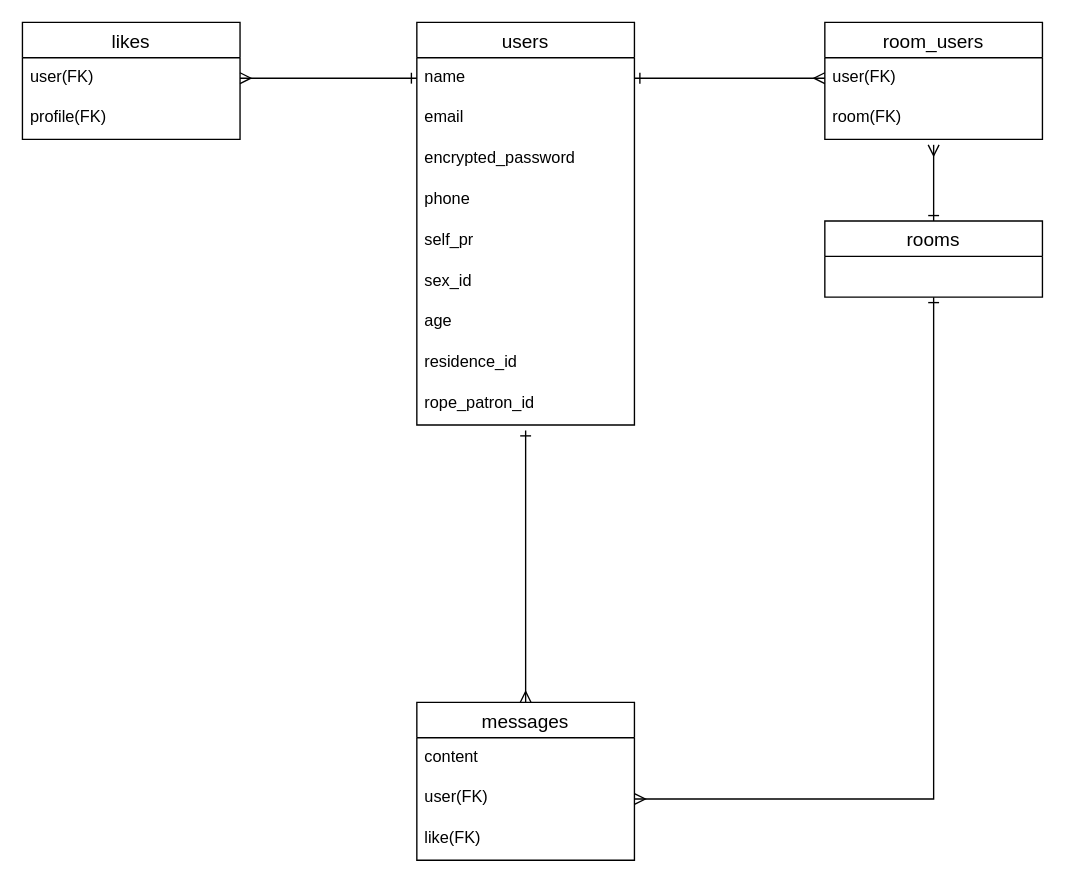
kobanagc/Rope-Way keeps this draw.io diagram as ER.dio. Above is the earlier version. Source tidied: cells renumbered, new cells numbered last; positions are measured from the earlier drawing's top-left corner, leaving out a move shared by most shapes. Both pictures are drawn from the tidied source at 136%, with x=0, y=0 at pixel (22, 22).
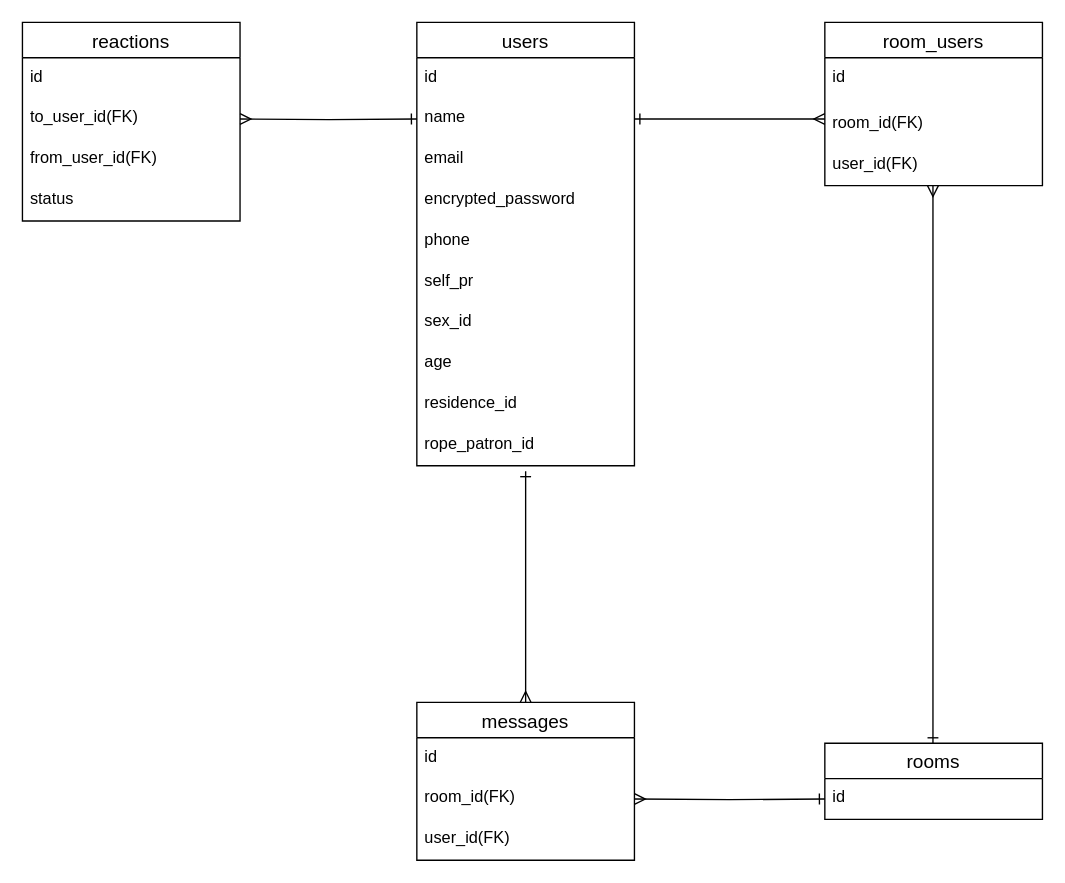
Above is the later version.

The change refers to these unchanged cells:
```xml
<mxCell id="16" value="messages" style="swimlane;fontStyle=0;horizontal=1;startSize=26;align=center;fontSize=14;" parent="1" vertex="1">
  <mxGeometry x="290" y="500" width="160" height="116" as="geometry" />
</mxCell>
```

Diff of the diagram source:
```diff
@@
     <mxCell id="2" value="users" style="swimlane;fontStyle=0;horizontal=1;startSize=26;align=center;fontSize=14;" parent="1" vertex="1">
-      <mxGeometry x="290" width="160" height="296" as="geometry" />
+      <mxGeometry x="290" width="160" height="326" as="geometry" />
     </mxCell>
+    <mxCell id="28" value="id" style="text;strokeColor=none;fillColor=none;spacingLeft=4;spacingRight=4;overflow=hidden;fontSize=12;" parent="2" vertex="1">
+      <mxGeometry y="26" width="160" height="30" as="geometry" />
+    </mxCell>
     <mxCell id="3" value="name" style="text;strokeColor=none;fillColor=none;spacingLeft=4;spacingRight=4;overflow=hidden;points=[[0,0.5],[1,0.5]];portConstraint=eastwest;fontSize=12;" parent="2" vertex="1">
-      <mxGeometry y="26" width="160" height="30" as="geometry" />
+      <mxGeometry y="56" width="160" height="30" as="geometry" />
     </mxCell>
     <mxCell id="4" value="email" style="text;strokeColor=none;fillColor=none;spacingLeft=4;spacingRight=4;overflow=hidden;fontSize=12;" parent="2" vertex="1">
-      <mxGeometry y="56" width="160" height="30" as="geometry" />
+      <mxGeometry y="86" width="160" height="30" as="geometry" />
     </mxCell>
     <mxCell id="5" value="encrypted_password" style="text;strokeColor=none;fillColor=none;spacingLeft=4;spacingRight=4;overflow=hidden;fontSize=12;" parent="2" vertex="1">
-      <mxGeometry y="86" width="160" height="30" as="geometry" />
+      <mxGeometry y="116" width="160" height="30" as="geometry" />
     </mxCell>
     <mxCell id="6" value="phone" style="text;strokeColor=none;fillColor=none;spacingLeft=4;spacingRight=4;overflow=hidden;fontSize=12;" parent="2" vertex="1">
-      <mxGeometry y="116" width="160" height="30" as="geometry" />
+      <mxGeometry y="146" width="160" height="30" as="geometry" />
     </mxCell>
     <mxCell id="7" value="self_pr" style="text;strokeColor=none;fillColor=none;spacingLeft=4;spacingRight=4;overflow=hidden;fontSize=12;" parent="2" vertex="1">
-      <mxGeometry y="146" width="160" height="30" as="geometry" />
+      <mxGeometry y="176" width="160" height="30" as="geometry" />
     </mxCell>
     <mxCell id="8" value="sex_id" style="text;strokeColor=none;fillColor=none;spacingLeft=4;spacingRight=4;overflow=hidden;fontSize=12;" parent="2" vertex="1">
-      <mxGeometry y="176" width="160" height="30" as="geometry" />
+      <mxGeometry y="206" width="160" height="30" as="geometry" />
     </mxCell>
     <mxCell id="9" value="age" style="text;strokeColor=none;fillColor=none;spacingLeft=4;spacingRight=4;overflow=hidden;fontSize=12;" parent="2" vertex="1">
-      <mxGeometry y="206" width="160" height="30" as="geometry" />
+      <mxGeometry y="236" width="160" height="30" as="geometry" />
     </mxCell>
     <mxCell id="10" value="residence_id" style="text;strokeColor=none;fillColor=none;spacingLeft=4;spacingRight=4;overflow=hidden;fontSize=12;" parent="2" vertex="1">
-      <mxGeometry y="236" width="160" height="30" as="geometry" />
+      <mxGeometry y="266" width="160" height="30" as="geometry" />
     </mxCell>
     <mxCell id="11" value="rope_patron_id" style="text;strokeColor=none;fillColor=none;spacingLeft=4;spacingRight=4;overflow=hidden;fontSize=12;" parent="2" vertex="1">
-      <mxGeometry y="266" width="160" height="30" as="geometry" />
+      <mxGeometry y="296" width="160" height="30" as="geometry" />
     </mxCell>
-    <mxCell id="12" value="likes" style="swimlane;fontStyle=0;horizontal=1;startSize=26;align=center;fontSize=14;" parent="1" vertex="1">
-      <mxGeometry width="160" height="86" as="geometry" />
+    <mxCell id="12" value="reactions" style="swimlane;fontStyle=0;horizontal=1;startSize=26;align=center;fontSize=14;" parent="1" vertex="1">
+      <mxGeometry width="160" height="146" as="geometry" />
     </mxCell>
-    <mxCell id="13" value="user(FK)" style="text;strokeColor=none;fillColor=none;spacingLeft=4;spacingRight=4;overflow=hidden;points=[[0,0.5],[1,0.5]];portConstraint=eastwest;fontSize=12;" parent="12" vertex="1">
-      <mxGeometry y="26" width="160" height="30" as="geometry" />
-    </mxCell>
-    <mxCell id="14" value="profile(FK)" style="text;strokeColor=none;fillColor=none;spacingLeft=4;spacingRight=4;overflow=hidden;fontSize=12;" parent="12" vertex="1">
-      <mxGeometry y="56" width="160" height="30" as="geometry" />
+    <mxCell id="14" value="id " style="text;strokeColor=none;fillColor=none;spacingLeft=4;spacingRight=4;overflow=hidden;fontSize=12;" parent="12" vertex="1">
+      <mxGeometry y="26" width="160" height="30" as="geometry" />
     </mxCell>
+    <mxCell id="29" value="to_user_id(FK)" style="text;strokeColor=none;fillColor=none;spacingLeft=4;spacingRight=4;overflow=hidden;fontSize=12;" parent="12" vertex="1">
+      <mxGeometry y="56" width="160" height="30" as="geometry" />
+    </mxCell>
+    <mxCell id="30" value="from_user_id(FK)" style="text;strokeColor=none;fillColor=none;spacingLeft=4;spacingRight=4;overflow=hidden;fontSize=12;" parent="12" vertex="1">
+      <mxGeometry y="86" width="160" height="30" as="geometry" />
+    </mxCell>
+    <mxCell id="31" value="status" style="text;strokeColor=none;fillColor=none;spacingLeft=4;spacingRight=4;overflow=hidden;fontSize=12;" parent="12" vertex="1">
+      <mxGeometry y="116" width="160" height="30" as="geometry" />
+    </mxCell>
     <mxCell id="15" style="edgeStyle=orthogonalEdgeStyle;rounded=0;jettySize=auto;html=1;exitX=0.5;exitY=0;exitDx=0;exitDy=0;startArrow=ERmany;startFill=0;endArrow=ERone;endFill=0;" parent="1" edge="1" source="16">
       <mxGeometry relative="1" as="geometry">
-        <mxPoint x="370" y="300" as="targetPoint" />
+        <mxPoint x="370" y="330" as="targetPoint" />
       </mxGeometry>
     </mxCell>
@@
-    <mxCell id="17" value="content" style="text;strokeColor=none;fillColor=none;spacingLeft=4;spacingRight=4;overflow=hidden;fontSize=12;" parent="16" vertex="1">
+    <mxCell id="17" value="id" style="text;strokeColor=none;fillColor=none;spacingLeft=4;spacingRight=4;overflow=hidden;fontSize=12;" parent="16" vertex="1">
       <mxGeometry y="26" width="160" height="30" as="geometry" />
     </mxCell>
-    <mxCell id="18" value="user(FK)" style="text;strokeColor=none;fillColor=none;spacingLeft=4;spacingRight=4;overflow=hidden;points=[[0,0.5],[1,0.5]];portConstraint=eastwest;fontSize=12;" parent="16" vertex="1">
+    <mxCell id="18" value="room_id(FK)" style="text;strokeColor=none;fillColor=none;spacingLeft=4;spacingRight=4;overflow=hidden;points=[[0,0.5],[1,0.5]];portConstraint=eastwest;fontSize=12;" parent="16" vertex="1">
       <mxGeometry y="56" width="160" height="30" as="geometry" />
     </mxCell>
-    <mxCell id="19" value="like(FK)" style="text;strokeColor=none;fillColor=none;spacingLeft=4;spacingRight=4;overflow=hidden;fontSize=12;" parent="16" vertex="1">
-      <mxGeometry y="86" width="160" height="30" as="geometry" />
-    </mxCell>
+    <mxCell id="32" value="user_id(FK)" style="text;strokeColor=none;fillColor=none;spacingLeft=4;spacingRight=4;overflow=hidden;fontSize=12;" parent="16" vertex="1">
+      <mxGeometry y="86" width="160" height="30" as="geometry" />
+    </mxCell>
-    <mxCell id="20" style="edgeStyle=orthogonalEdgeStyle;rounded=0;jettySize=auto;html=1;exitX=1;exitY=0.5;exitDx=0;exitDy=0;entryX=0;entryY=0.5;entryDx=0;entryDy=0;startArrow=ERmany;startFill=0;endArrow=ERone;endFill=0;" parent="1" edge="1" source="13" target="3">
-      <mxGeometry relative="1" as="geometry" />
+    <mxCell id="20" style="edgeStyle=orthogonalEdgeStyle;rounded=0;jettySize=auto;html=1;entryX=0;entryY=0.5;entryDx=0;entryDy=0;startArrow=ERmany;startFill=0;endArrow=ERone;endFill=0;" parent="1" edge="1" target="3">
+      <mxGeometry relative="1" as="geometry">
+        <mxPoint x="160" y="71" as="sourcePoint" />
+      </mxGeometry>
     </mxCell>
     <mxCell id="21" value="room_users" style="swimlane;fontStyle=0;horizontal=1;startSize=26;align=center;fontSize=14;" parent="1" vertex="1">
-      <mxGeometry x="590" width="160" height="86" as="geometry" />
+      <mxGeometry x="590" width="160" height="120" as="geometry" />
     </mxCell>
-    <mxCell id="22" value="user(FK)" style="text;strokeColor=none;fillColor=none;spacingLeft=4;spacingRight=4;overflow=hidden;points=[[0,0.5],[1,0.5]];portConstraint=eastwest;fontSize=12;" parent="21" vertex="1">
-      <mxGeometry y="26" width="160" height="30" as="geometry" />
+    <mxCell id="22" value="id" style="text;strokeColor=none;fillColor=none;spacingLeft=4;spacingRight=4;overflow=hidden;points=[[0,0.5],[1,0.5]];portConstraint=eastwest;fontSize=12;" parent="21" vertex="1">
+      <mxGeometry y="26" width="160" height="34" as="geometry" />
     </mxCell>
-    <mxCell id="23" value="room(FK)" style="text;strokeColor=none;fillColor=none;spacingLeft=4;spacingRight=4;overflow=hidden;fontSize=12;" parent="21" vertex="1">
-      <mxGeometry y="56" width="160" height="30" as="geometry" />
+    <mxCell id="23" value="room_id(FK)" style="text;strokeColor=none;fillColor=none;spacingLeft=4;spacingRight=4;overflow=hidden;fontSize=12;" parent="21" vertex="1">
+      <mxGeometry y="60" width="160" height="30" as="geometry" />
     </mxCell>
+    <mxCell id="33" value="user_id(FK)" style="text;strokeColor=none;fillColor=none;spacingLeft=4;spacingRight=4;overflow=hidden;fontSize=12;" parent="21" vertex="1">
+      <mxGeometry y="90" width="160" height="30" as="geometry" />
+    </mxCell>
-    <mxCell id="24" style="edgeStyle=orthogonalEdgeStyle;rounded=0;jettySize=auto;html=1;entryX=1;entryY=0.5;entryDx=0;entryDy=0;endArrow=ERmany;endFill=0;startArrow=ERone;startFill=0;" parent="1" edge="1" source="26" target="18">
-      <mxGeometry relative="1" as="geometry" />
+    <mxCell id="24" style="edgeStyle=orthogonalEdgeStyle;rounded=0;jettySize=auto;html=1;entryX=1;entryY=0.5;entryDx=0;entryDy=0;endArrow=ERmany;endFill=0;startArrow=ERone;startFill=0;exitX=0;exitY=0.5;exitDx=0;exitDy=0;" parent="1" edge="1" target="18">
+      <mxGeometry relative="1" as="geometry">
+        <mxPoint x="590" y="571" as="sourcePoint" />
+      </mxGeometry>
     </mxCell>
-    <mxCell id="25" style="edgeStyle=orthogonalEdgeStyle;rounded=0;jettySize=auto;html=1;exitX=0.5;exitY=0;exitDx=0;exitDy=0;endArrow=ERmany;endFill=0;startArrow=ERone;startFill=0;" parent="1" edge="1" source="26">
+    <mxCell id="25" style="edgeStyle=orthogonalEdgeStyle;rounded=0;orthogonalLoop=1;jettySize=auto;html=1;exitX=0.5;exitY=0;exitDx=0;exitDy=0;endArrow=ERmany;endFill=0;startArrow=ERone;startFill=0;" parent="1" edge="1">
       <mxGeometry relative="1" as="geometry">
-        <mxPoint x="670" y="90" as="targetPoint" />
+        <mxPoint x="669.5" y="530" as="sourcePoint" />
+        <mxPoint x="669.5" y="120" as="targetPoint" />
       </mxGeometry>
     </mxCell>
     <mxCell id="26" value="rooms" style="swimlane;fontStyle=0;horizontal=1;startSize=26;align=center;fontSize=14;" parent="1" vertex="1">
-      <mxGeometry x="590" y="146" width="160" height="56" as="geometry" />
+      <mxGeometry x="590" y="530" width="160" height="56" as="geometry" />
     </mxCell>
-    <mxCell id="27" style="edgeStyle=orthogonalEdgeStyle;rounded=0;jettySize=auto;html=1;entryX=0;entryY=0.5;entryDx=0;entryDy=0;endArrow=ERmany;endFill=0;startArrow=ERone;startFill=0;" parent="1" edge="1" source="3" target="22">
-      <mxGeometry relative="1" as="geometry" />
-    </mxCell>
+    <mxCell id="34" value="id" style="text;strokeColor=none;fillColor=none;spacingLeft=4;spacingRight=4;overflow=hidden;fontSize=12;" parent="26" vertex="1">
+      <mxGeometry y="26" width="160" height="30" as="geometry" />
+    </mxCell>
+    <mxCell id="35" style="edgeStyle=none;html=1;exitX=1;exitY=0.5;exitDx=0;exitDy=0;endArrow=ERmany;endFill=0;startArrow=ERone;startFill=0;" parent="1" edge="1" source="3">
+      <mxGeometry relative="1" as="geometry">
+        <mxPoint x="590" y="71" as="targetPoint" />
+      </mxGeometry>
+    </mxCell>
```
